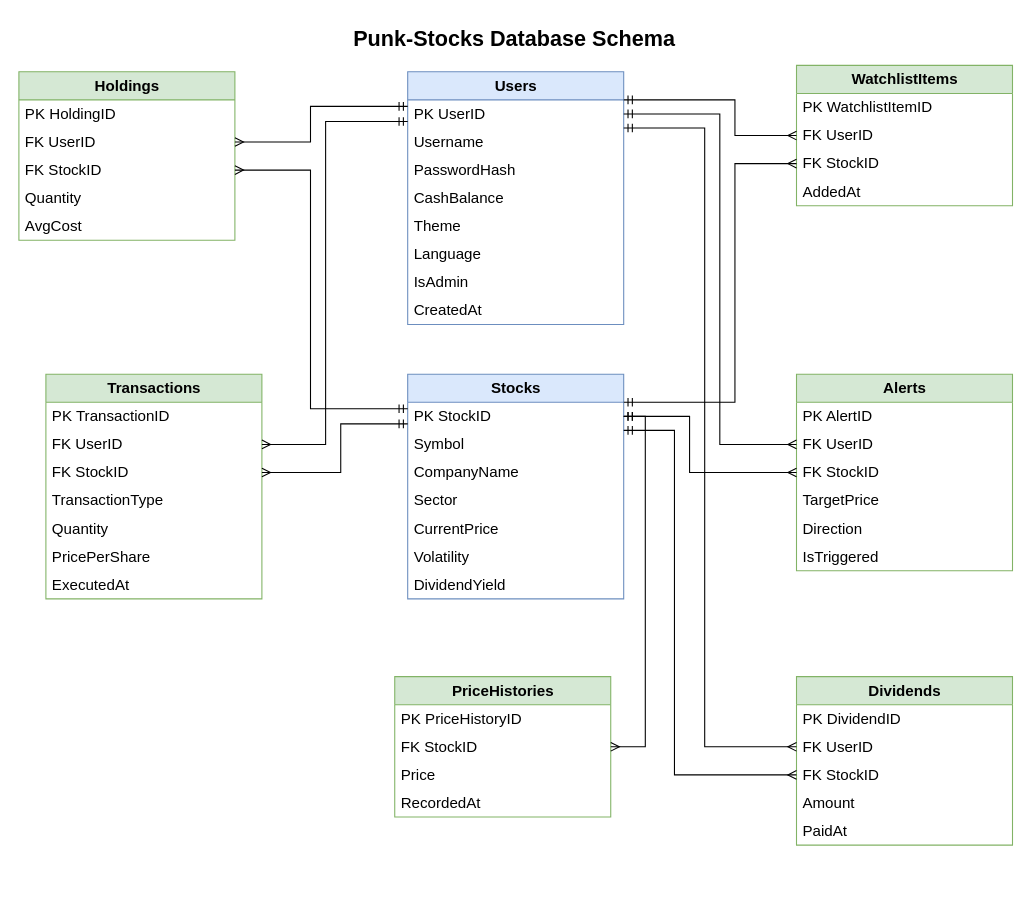
Before: Docs/punk_stocks_db_diagram.drawio in 23Parzival/Punk-Stocks, a draw.io diagram. Source tidied: cells renumbered, new cells numbered last; positions are measured from the earlier drawing's top-left corner, leaving out a move shared by most shapes. Both pictures are drawn from the tidied source at 108%, with x=0, y=0 at pixel (18, 18).
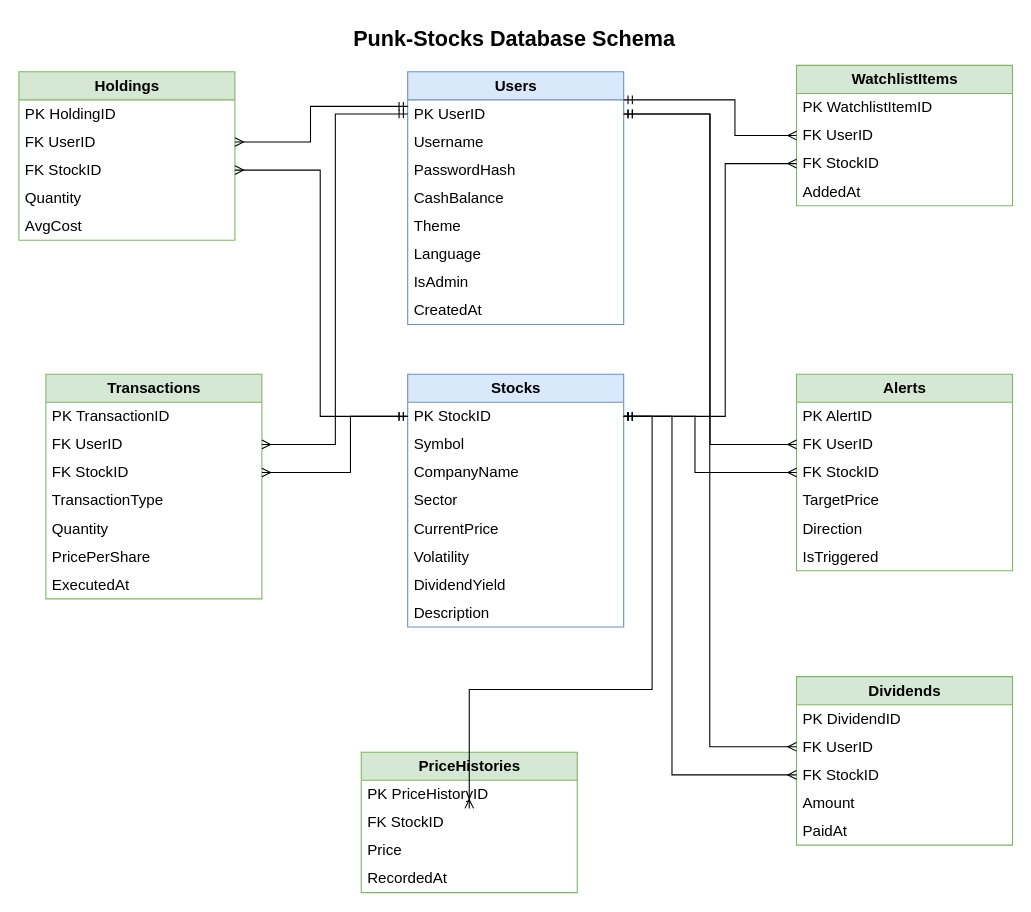
The same page after the edit.

The change refers to these unchanged cells:
```xml
<mxCell id="4" value="PK UserID" style="text;strokeColor=none;fillColor=none;align=left;verticalAlign=middle;spacingLeft=4;html=1;fontSize=14;" parent="3" vertex="1">
  <mxGeometry y="26" width="200" height="26" as="geometry" />
</mxCell>
<mxCell id="13" value="PK StockID" style="text;strokeColor=none;fillColor=none;align=left;verticalAlign=middle;spacingLeft=4;html=1;fontSize=14;" parent="12" vertex="1">
  <mxGeometry y="26" width="200" height="26" as="geometry" />
</mxCell>
<mxCell id="23" value="FK StockID" style="text;strokeColor=none;fillColor=none;align=left;verticalAlign=middle;spacingLeft=4;html=1;fontSize=14;" parent="20" vertex="1">
  <mxGeometry y="78" width="200" height="26" as="geometry" />
</mxCell>
<mxCell id="29" value="FK StockID" style="text;strokeColor=none;fillColor=none;align=left;verticalAlign=middle;spacingLeft=4;html=1;fontSize=14;" parent="26" vertex="1">
  <mxGeometry y="78" width="200" height="26" as="geometry" />
</mxCell>
<mxCell id="33" value="FK UserID" style="text;strokeColor=none;fillColor=none;align=left;verticalAlign=middle;spacingLeft=4;html=1;fontSize=14;" parent="31" vertex="1">
  <mxGeometry y="52" width="200" height="26" as="geometry" />
</mxCell>
<mxCell id="34" value="FK StockID" style="text;strokeColor=none;fillColor=none;align=left;verticalAlign=middle;spacingLeft=4;html=1;fontSize=14;" parent="31" vertex="1">
  <mxGeometry y="78" width="200" height="26" as="geometry" />
</mxCell>
<mxCell id="41" value="FK UserID" style="text;strokeColor=none;fillColor=none;align=left;verticalAlign=middle;spacingLeft=4;html=1;fontSize=14;" parent="39" vertex="1">
  <mxGeometry y="52" width="200" height="26" as="geometry" />
</mxCell>
<mxCell id="42" value="FK StockID" style="text;strokeColor=none;fillColor=none;align=left;verticalAlign=middle;spacingLeft=4;html=1;fontSize=14;" parent="39" vertex="1">
  <mxGeometry y="78" width="200" height="26" as="geometry" />
</mxCell>
<mxCell id="48" value="FK StockID" style="text;strokeColor=none;fillColor=none;align=left;verticalAlign=middle;spacingLeft=4;html=1;fontSize=14;" parent="46" vertex="1">
  <mxGeometry y="52" width="200" height="26" as="geometry" />
</mxCell>
<mxCell id="53" value="FK UserID" style="text;strokeColor=none;fillColor=none;align=left;verticalAlign=middle;spacingLeft=4;html=1;fontSize=14;" parent="51" vertex="1">
  <mxGeometry y="52" width="200" height="26" as="geometry" />
</mxCell>
<mxCell id="54" value="FK StockID" style="text;strokeColor=none;fillColor=none;align=left;verticalAlign=middle;spacingLeft=4;html=1;fontSize=14;" parent="51" vertex="1">
  <mxGeometry y="78" width="200" height="26" as="geometry" />
</mxCell>
```

The edit, as a diff of the source:
```diff
@@
     <mxCell id="12" value="Stocks" style="swimlane;fontStyle=1;horizontal=1;startSize=26;html=1;fontSize=14;fillColor=#dae8fc;strokeColor=#6c8ebf;" parent="1" vertex="1">
-      <mxGeometry x="360" y="329" width="200" height="208" as="geometry" />
+      <mxGeometry x="360" y="329" width="200" height="234" as="geometry" />
     </mxCell>
@@
+    <mxCell id="68" value="Description" style="text;strokeColor=none;fillColor=none;align=left;verticalAlign=middle;spacingLeft=4;html=1;fontSize=14;" parent="12" vertex="1">
+      <mxGeometry y="208" width="200" height="26" as="geometry" />
+    </mxCell>
@@
     <mxCell id="46" value="PriceHistories" style="swimlane;fontStyle=1;horizontal=1;startSize=26;html=1;fontSize=14;fillColor=#d5e8d4;strokeColor=#82b366;" parent="1" vertex="1">
-      <mxGeometry x="348" y="609" width="200" height="130" as="geometry" />
+      <mxGeometry x="317" y="679" width="200" height="130" as="geometry" />
     </mxCell>
@@
     <mxCell id="58" style="edgeStyle=orthogonalEdgeStyle;html=1;startArrow=ERmany;endArrow=ERmandOne;labelBackgroundColor=default;defaultLabelBackgroundColor=gap;rounded=0;libavoidRouting=1;jettySize=auto;" parent="1" edge="1" source="23" target="13">
       <mxGeometry relative="1" as="geometry">
         <Array as="points">
-          <mxPoint x="270" y="140" />
-          <mxPoint x="270" y="361" />
+          <mxPoint x="279" y="140" />
+          <mxPoint x="279" y="368" />
         </Array>
       </mxGeometry>
     </mxCell>
@@
     <mxCell id="60" style="edgeStyle=orthogonalEdgeStyle;html=1;startArrow=ERmany;endArrow=ERmandOne;labelBackgroundColor=default;defaultLabelBackgroundColor=gap;rounded=0;libavoidRouting=1;jettySize=auto;" parent="1" edge="1" source="29" target="13">
       <mxGeometry relative="1" as="geometry">
         <Array as="points">
-          <mxPoint x="663" y="134" />
-          <mxPoint x="663" y="355" />
+          <mxPoint x="654" y="134" />
+          <mxPoint x="654" y="368" />
         </Array>
       </mxGeometry>
     </mxCell>
     <mxCell id="61" style="edgeStyle=orthogonalEdgeStyle;html=1;startArrow=ERmany;endArrow=ERmandOne;labelBackgroundColor=default;defaultLabelBackgroundColor=gap;rounded=0;libavoidRouting=1;jettySize=auto;" parent="1" edge="1" source="33" target="4">
       <mxGeometry relative="1" as="geometry">
         <Array as="points">
-          <mxPoint x="284" y="394" />
-          <mxPoint x="284" y="95" />
+          <mxPoint x="293" y="394" />
+          <mxPoint x="293" y="88" />
         </Array>
       </mxGeometry>
     </mxCell>
     <mxCell id="62" style="edgeStyle=orthogonalEdgeStyle;html=1;startArrow=ERmany;endArrow=ERmandOne;labelBackgroundColor=default;defaultLabelBackgroundColor=gap;rounded=0;libavoidRouting=1;jettySize=auto;" parent="1" edge="1" source="34" target="13">
       <mxGeometry relative="1" as="geometry">
         <Array as="points">
-          <mxPoint x="298" y="420" />
-          <mxPoint x="298" y="375" />
+          <mxPoint x="307" y="420" />
+          <mxPoint x="307" y="368" />
         </Array>
       </mxGeometry>
     </mxCell>
     <mxCell id="63" style="edgeStyle=orthogonalEdgeStyle;html=1;startArrow=ERmany;endArrow=ERmandOne;labelBackgroundColor=default;defaultLabelBackgroundColor=gap;rounded=0;libavoidRouting=1;jettySize=auto;" parent="1" edge="1" source="41" target="4">
       <mxGeometry relative="1" as="geometry">
         <Array as="points">
-          <mxPoint x="649" y="394" />
-          <mxPoint x="649" y="88" />
+          <mxPoint x="640" y="394" />
+          <mxPoint x="640" y="88" />
         </Array>
       </mxGeometry>
     </mxCell>
     <mxCell id="64" style="edgeStyle=orthogonalEdgeStyle;html=1;startArrow=ERmany;endArrow=ERmandOne;labelBackgroundColor=default;defaultLabelBackgroundColor=gap;rounded=0;libavoidRouting=1;jettySize=auto;" parent="1" edge="1" source="42" target="13">
       <mxGeometry relative="1" as="geometry">
         <Array as="points">
-          <mxPoint x="621" y="420" />
-          <mxPoint x="621" y="368" />
+          <mxPoint x="626" y="420" />
+          <mxPoint x="626" y="368" />
         </Array>
       </mxGeometry>
     </mxCell>
-    <mxCell id="65" style="edgeStyle=orthogonalEdgeStyle;html=1;startArrow=ERmany;endArrow=ERmandOne;labelBackgroundColor=default;defaultLabelBackgroundColor=gap;rounded=0;libavoidRouting=1;jettySize=auto;" parent="1" edge="1" source="48" target="13">
+    <mxCell id="65" style="edgeStyle=orthogonalEdgeStyle;html=1;startArrow=ERmany;endArrow=ERmandOne;labelBackgroundColor=default;defaultLabelBackgroundColor=gap;rounded=0;jettySize=auto;" parent="1" edge="1" source="48" target="13">
       <mxGeometry relative="1" as="geometry">
         <Array as="points">
-          <mxPoint x="580" y="674" />
-          <mxPoint x="580" y="368" />
+          <mxPoint x="417" y="621" />
+          <mxPoint x="586.3" y="621" />
+          <mxPoint x="586.3" y="368" />
         </Array>
       </mxGeometry>
     </mxCell>
-    <mxCell id="66" style="edgeStyle=orthogonalEdgeStyle;html=1;startArrow=ERmany;endArrow=ERmandOne;labelBackgroundColor=default;defaultLabelBackgroundColor=gap;rounded=0;libavoidRouting=1;jettySize=auto;" parent="1" edge="1" source="53" target="4">
+    <mxCell id="66" style="edgeStyle=orthogonalEdgeStyle;html=1;startArrow=ERmany;endArrow=ERmandOne;labelBackgroundColor=default;defaultLabelBackgroundColor=gap;rounded=0;jettySize=auto;" parent="1" edge="1" source="53" target="4">
       <mxGeometry relative="1" as="geometry">
         <Array as="points">
-          <mxPoint x="635" y="674" />
-          <mxPoint x="635" y="101" />
+          <mxPoint x="639.7" y="674" />
+          <mxPoint x="639.7" y="88" />
         </Array>
       </mxGeometry>
     </mxCell>
-    <mxCell id="67" style="edgeStyle=orthogonalEdgeStyle;html=1;startArrow=ERmany;endArrow=ERmandOne;labelBackgroundColor=default;defaultLabelBackgroundColor=gap;rounded=0;libavoidRouting=1;jettySize=auto;" parent="1" edge="1" source="54" target="13">
+    <mxCell id="67" style="edgeStyle=orthogonalEdgeStyle;html=1;startArrow=ERmany;endArrow=ERmandOne;labelBackgroundColor=default;defaultLabelBackgroundColor=gap;rounded=0;jettySize=auto;" parent="1" edge="1" source="54" target="13">
       <mxGeometry relative="1" as="geometry">
         <Array as="points">
-          <mxPoint x="607" y="700" />
-          <mxPoint x="607" y="381" />
+          <mxPoint x="604.7" y="700" />
+          <mxPoint x="604.7" y="368" />
         </Array>
       </mxGeometry>
     </mxCell>
```
